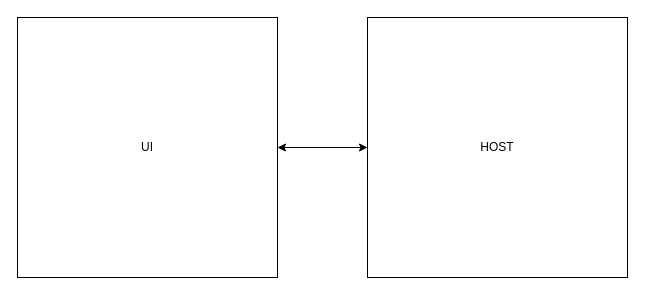
Earlier version of the draw.io diagram Untitled Diagram.drawio (ucguy4u/searchengine). Source tidied: cells renumbered, new cells numbered last; positions are measured from the earlier drawing's top-left corner, leaving out a move shared by most shapes. Both pictures are drawn from the tidied source at 100%, with x=0, y=0 at pixel (17, 17).
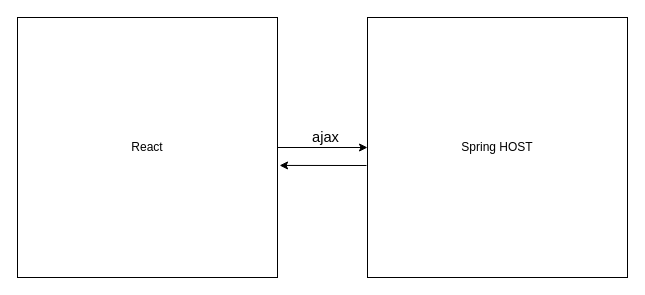
The same diagram, later.

The edit, as a diff of the source:
```diff
@@
 <mxGraphModel>
   <root>
     <mxCell id="0" />
     <mxCell id="1" parent="0" />
-    <mxCell id="2" value="UI" style="whiteSpace=wrap;html=1;" parent="1" vertex="1">
+    <mxCell id="2" value="React" style="whiteSpace=wrap;html=1;" parent="1" vertex="1">
       <mxGeometry width="260" height="260" as="geometry" />
     </mxCell>
+    <mxCell id="4" value="Spring HOST" style="whiteSpace=wrap;html=1;" parent="1" vertex="1">
+      <mxGeometry x="350" width="260" height="260" as="geometry" />
+    </mxCell>
+    <mxCell id="5" value="&lt;span style=&quot;font-size: 11pt ; font-family: &amp;#34;calibri&amp;#34; , sans-serif&quot;&gt;ajax&amp;nbsp;&lt;/span&gt;" style="text;html=1;align=center;verticalAlign=middle;strokeColor=none;" parent="1" vertex="1">
+      <mxGeometry x="290" y="110" width="40" height="20" as="geometry" />
+    </mxCell>
-    <mxCell id="3" style="endArrow=classic;startArrow=classic;html=1;exitX=1;exitY=0.5;exitDx=0;exitDy=0;entryX=0;entryY=0.5;entryDx=0;entryDy=0;" parent="1" edge="1" source="2" target="4">
+    <mxCell id="3" style="endArrow=classic;html=1;exitX=1;exitY=0.5;exitDx=0;exitDy=0;" parent="1" edge="1" source="2" target="4">
       <mxGeometry relative="1" as="geometry" />
     </mxCell>
-    <mxCell id="4" value="HOST" style="whiteSpace=wrap;html=1;" parent="1" vertex="1">
-      <mxGeometry x="350" width="260" height="260" as="geometry" />
-    </mxCell>
+    <mxCell id="6" style="endArrow=classic;html=1;entryX=1.008;entryY=0.569;entryDx=0;entryDy=0;entryPerimeter=0;" parent="1" edge="1" target="2">
+      <mxGeometry relative="1" as="geometry">
+        <mxPoint x="349" y="148" as="sourcePoint" />
+      </mxGeometry>
+    </mxCell>
   </root>
 </mxGraphModel>
```
